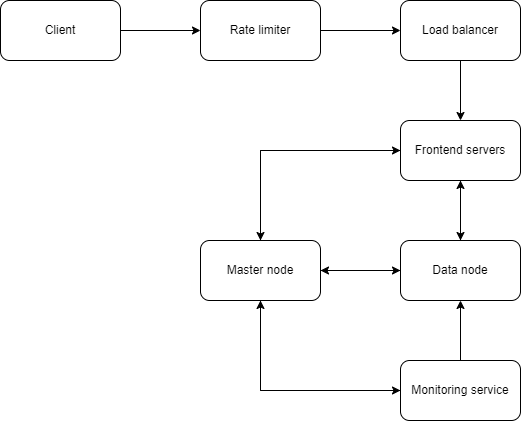
riehseun/riehseun.github.io keeps this draw.io diagram as img/system-design/blob-store2.png. Above is the earlier version. Source tidied: cells renumbered, new cells last; positions are measured from the earlier drawing's top-left corner, leaving out a move shared by most shapes. The source it was exported from:
```xml
<mxGraphModel>
  <root>
    <mxCell id="0" />
    <mxCell id="1" parent="0" />
    <mxCell id="2" style="edgeStyle=orthogonalEdgeStyle;rounded=0;jettySize=auto;html=1;exitX=1;exitY=0.5;exitDx=0;exitDy=0;entryX=0;entryY=0.5;entryDx=0;entryDy=0;" parent="1" edge="1" source="3" target="5">
      <mxGeometry relative="1" as="geometry" />
    </mxCell>
    <mxCell id="3" value="Client" style="rounded=1;whiteSpace=wrap;html=1;" parent="1" vertex="1">
      <mxGeometry width="120" height="60" as="geometry" />
    </mxCell>
    <mxCell id="4" style="edgeStyle=orthogonalEdgeStyle;rounded=0;jettySize=auto;html=1;exitX=1;exitY=0.5;exitDx=0;exitDy=0;entryX=0;entryY=0.5;entryDx=0;entryDy=0;" parent="1" edge="1" source="5" target="7">
      <mxGeometry relative="1" as="geometry" />
    </mxCell>
    <mxCell id="5" value="Rate limiter" style="rounded=1;whiteSpace=wrap;html=1;" parent="1" vertex="1">
      <mxGeometry x="200" width="120" height="60" as="geometry" />
    </mxCell>
    <mxCell id="6" style="edgeStyle=orthogonalEdgeStyle;rounded=0;jettySize=auto;html=1;exitX=0.5;exitY=1;exitDx=0;exitDy=0;entryX=0.5;entryY=0;entryDx=0;entryDy=0;" parent="1" edge="1" source="7" target="10">
      <mxGeometry relative="1" as="geometry" />
    </mxCell>
    <mxCell id="7" value="Load balancer" style="rounded=1;whiteSpace=wrap;html=1;" parent="1" vertex="1">
      <mxGeometry x="400" width="120" height="60" as="geometry" />
    </mxCell>
    <mxCell id="8" style="edgeStyle=orthogonalEdgeStyle;rounded=0;jettySize=auto;html=1;exitX=0;exitY=0.5;exitDx=0;exitDy=0;" parent="1" edge="1" source="10" target="14">
      <mxGeometry relative="1" as="geometry" />
    </mxCell>
    <mxCell id="9" style="edgeStyle=orthogonalEdgeStyle;rounded=0;jettySize=auto;html=1;exitX=0.5;exitY=1;exitDx=0;exitDy=0;entryX=0.5;entryY=0;entryDx=0;entryDy=0;" parent="1" edge="1" source="10" target="17">
      <mxGeometry relative="1" as="geometry" />
    </mxCell>
    <mxCell id="10" value="Frontend servers" style="rounded=1;whiteSpace=wrap;html=1;" parent="1" vertex="1">
      <mxGeometry x="400" y="120" width="120" height="60" as="geometry" />
    </mxCell>
    <mxCell id="11" style="edgeStyle=orthogonalEdgeStyle;rounded=0;jettySize=auto;html=1;exitX=1;exitY=0.5;exitDx=0;exitDy=0;entryX=0;entryY=0.5;entryDx=0;entryDy=0;" parent="1" edge="1" source="14" target="17">
      <mxGeometry relative="1" as="geometry" />
    </mxCell>
    <mxCell id="12" style="edgeStyle=orthogonalEdgeStyle;rounded=0;jettySize=auto;html=1;exitX=0.5;exitY=0;exitDx=0;exitDy=0;entryX=0;entryY=0.5;entryDx=0;entryDy=0;" parent="1" edge="1" source="14" target="10">
      <mxGeometry relative="1" as="geometry" />
    </mxCell>
    <mxCell id="13" style="edgeStyle=orthogonalEdgeStyle;rounded=0;jettySize=auto;html=1;exitX=0.5;exitY=1;exitDx=0;exitDy=0;entryX=0;entryY=0.5;entryDx=0;entryDy=0;" parent="1" edge="1" source="14" target="20">
      <mxGeometry relative="1" as="geometry" />
    </mxCell>
    <mxCell id="14" value="Master node" style="rounded=1;whiteSpace=wrap;html=1;" parent="1" vertex="1">
      <mxGeometry x="200" y="240" width="120" height="60" as="geometry" />
    </mxCell>
    <mxCell id="15" style="edgeStyle=orthogonalEdgeStyle;rounded=0;jettySize=auto;html=1;exitX=0;exitY=0.5;exitDx=0;exitDy=0;entryX=1;entryY=0.5;entryDx=0;entryDy=0;" parent="1" edge="1" source="17" target="14">
      <mxGeometry relative="1" as="geometry" />
    </mxCell>
    <mxCell id="16" style="edgeStyle=orthogonalEdgeStyle;rounded=0;jettySize=auto;html=1;exitX=0.5;exitY=0;exitDx=0;exitDy=0;entryX=0.5;entryY=1;entryDx=0;entryDy=0;" parent="1" edge="1" source="17" target="10">
      <mxGeometry relative="1" as="geometry" />
    </mxCell>
    <mxCell id="17" value="Data node" style="rounded=1;whiteSpace=wrap;html=1;" parent="1" vertex="1">
      <mxGeometry x="400" y="240" width="120" height="60" as="geometry" />
    </mxCell>
    <mxCell id="18" style="edgeStyle=orthogonalEdgeStyle;rounded=0;jettySize=auto;html=1;exitX=0;exitY=0.5;exitDx=0;exitDy=0;entryX=0.5;entryY=1;entryDx=0;entryDy=0;" parent="1" edge="1" source="20" target="14">
      <mxGeometry relative="1" as="geometry" />
    </mxCell>
    <mxCell id="19" style="edgeStyle=orthogonalEdgeStyle;rounded=0;jettySize=auto;html=1;exitX=0.5;exitY=0;exitDx=0;exitDy=0;" parent="1" edge="1" source="20" target="17">
      <mxGeometry relative="1" as="geometry" />
    </mxCell>
    <mxCell id="20" value="Monitoring service" style="rounded=1;whiteSpace=wrap;html=1;" parent="1" vertex="1">
      <mxGeometry x="400" y="360" width="120" height="60" as="geometry" />
    </mxCell>
  </root>
</mxGraphModel>
```
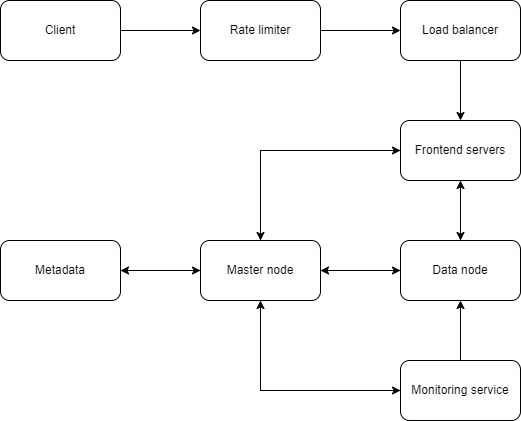
Later version of the same file.

What changed in the source:
```diff
@@ -38,6 +38,9 @@
     <mxCell id="13" style="edgeStyle=orthogonalEdgeStyle;rounded=0;jettySize=auto;html=1;exitX=0.5;exitY=1;exitDx=0;exitDy=0;entryX=0;entryY=0.5;entryDx=0;entryDy=0;" parent="1" edge="1" source="14" target="20">
       <mxGeometry relative="1" as="geometry" />
     </mxCell>
+    <mxCell id="21" style="edgeStyle=orthogonalEdgeStyle;rounded=0;jettySize=auto;html=1;exitX=0;exitY=0.5;exitDx=0;exitDy=0;entryX=1;entryY=0.5;entryDx=0;entryDy=0;" parent="1" edge="1" source="14" target="23">
+      <mxGeometry relative="1" as="geometry" />
+    </mxCell>
     <mxCell id="14" value="Master node" style="rounded=1;whiteSpace=wrap;html=1;" parent="1" vertex="1">
       <mxGeometry x="200" y="240" width="120" height="60" as="geometry" />
     </mxCell>
@@ -59,5 +62,11 @@
     <mxCell id="20" value="Monitoring service" style="rounded=1;whiteSpace=wrap;html=1;" parent="1" vertex="1">
       <mxGeometry x="400" y="360" width="120" height="60" as="geometry" />
     </mxCell>
+    <mxCell id="22" style="edgeStyle=orthogonalEdgeStyle;rounded=0;jettySize=auto;html=1;exitX=1;exitY=0.5;exitDx=0;exitDy=0;entryX=0;entryY=0.5;entryDx=0;entryDy=0;" parent="1" edge="1" source="23" target="14">
+      <mxGeometry relative="1" as="geometry" />
+    </mxCell>
+    <mxCell id="23" value="Metadata" style="rounded=1;whiteSpace=wrap;html=1;" parent="1" vertex="1">
+      <mxGeometry y="240" width="120" height="60" as="geometry" />
+    </mxCell>
   </root>
 </mxGraphModel>
```
